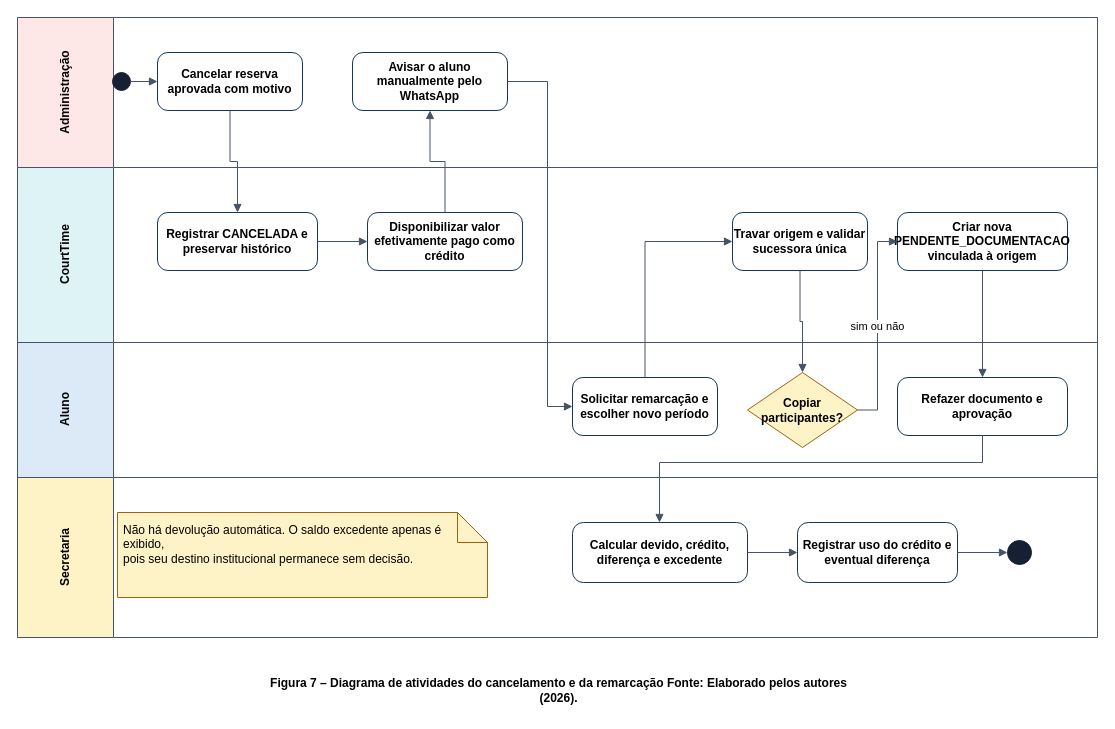
arthur-amancio/CourtTime keeps this draw.io diagram as docs/tcc/modelagem-profissional/fontes/07-atividade-cancelamento-remarcacao.drawio. Above is the earlier version. Source tidied: cells renumbered, new cells numbered last; positions are measured from the earlier drawing's top-left corner, leaving out a move shared by most shapes. Both pictures are drawn from the tidied source at 100%, with x=0, y=0 at pixel (17, 17).
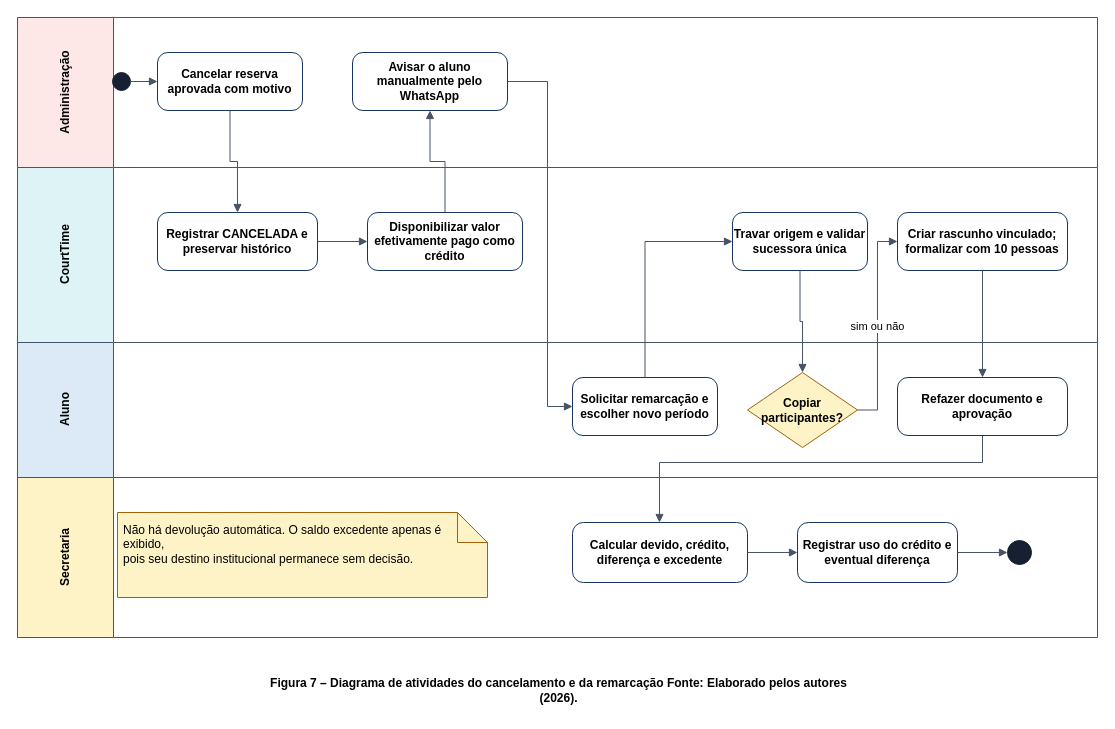
After the change.

The edit, as a diff of the source:
```diff
@@
-    <mxCell id="14" value="Criar nova PENDENTE_DOCUMENTACAO vinculada à origem" style="html=1;whiteSpace=wrap;rounded=1;arcSize=18;align=center;verticalAlign=middle;fontStyle=1;fillColor=#FFFFFF;strokeColor=#17365D;" parent="1" vertex="1">
+    <mxCell id="14" value="Criar rascunho vinculado; formalizar com 10 pessoas" style="html=1;whiteSpace=wrap;rounded=1;arcSize=18;align=center;verticalAlign=middle;fontStyle=1;fillColor=#FFFFFF;strokeColor=#17365D;" parent="1" vertex="1">
       <mxGeometry x="880" y="195" width="170" height="58" as="geometry" />
     </mxCell>
```
